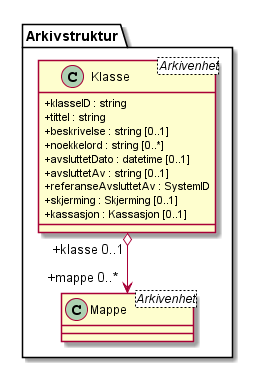
This is kapitler/media/uml-multiplisitet-brukt-med-klasser.png from arkivverket/noark5-tjenestegrensesnitt-standard, a PlantUML export, as it was before one commit.
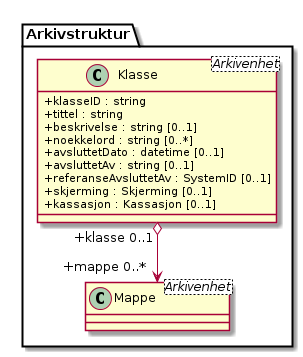
After the commit.

Commit message:
Revert "SystemID cardinality is changed, p.31"

This reverts commit 4b05aebf38cb23b68187fcb7f2d90534f813c466.

The edit, as a diff of the source:
```diff
@@ -1,4 +1,4 @@
-@startuml uml-multiplisitet-brukt-med-klasser
+@startuml
 skinparam classAttributeIconSize 0
 class Arkivstruktur.Klasse <Arkivenhet> {
   +klasseID : string
@@ -7,7 +7,7 @@
   +noekkelord : string [0..*]
   +avsluttetDato : datetime [0..1]
   +avsluttetAv : string [0..1]
-  +referanseAvsluttetAv : SystemID
+  +referanseAvsluttetAv : SystemID [0..1]
   +skjerming : Skjerming [0..1]
   +kassasjon : Kassasjon [0..1]
 }
```
